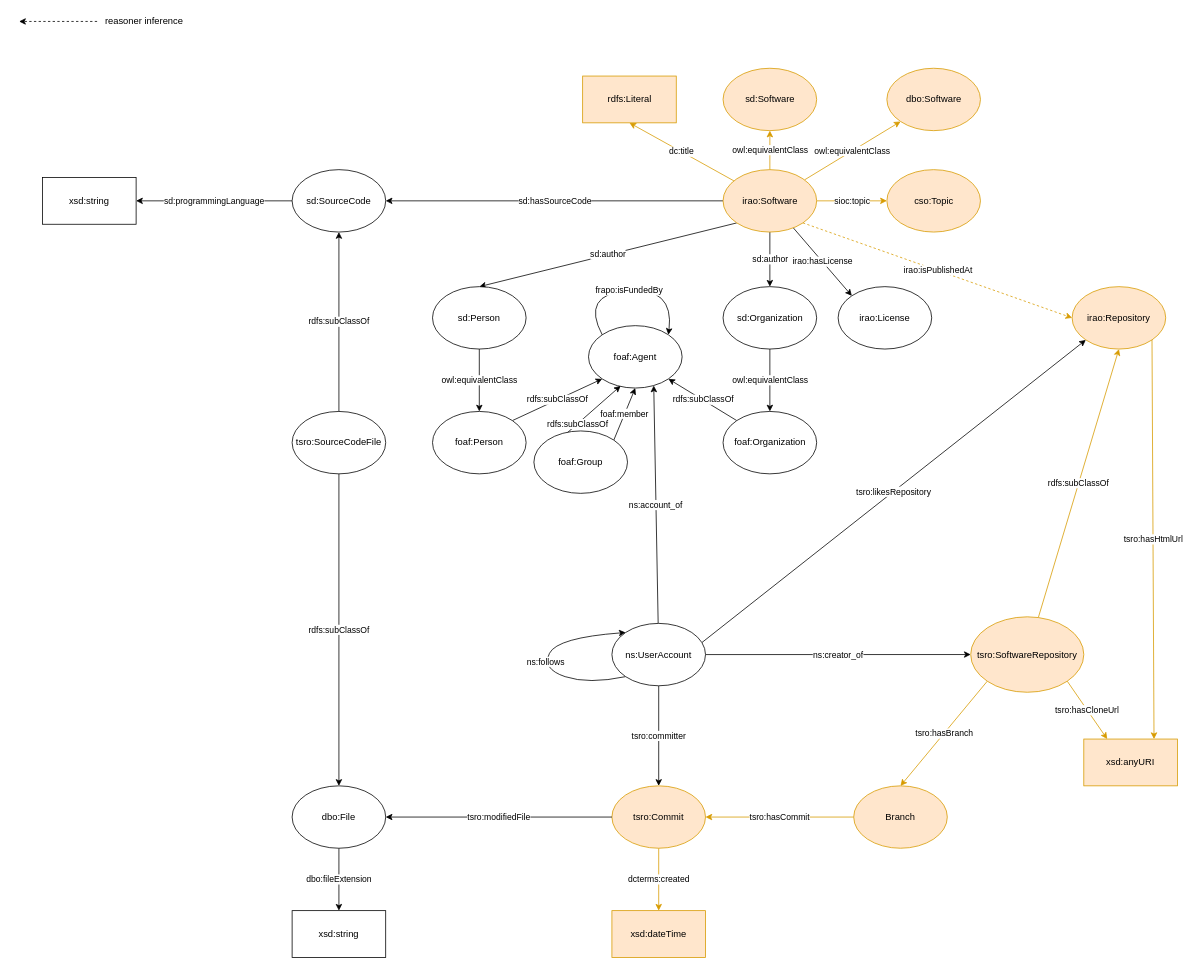
This is ontologies/The Software Repository Ontology.drawio from sabato-nocera/tsro, a draw.io file, before an edit. Source tidied: cells renumbered, new cells numbered last; positions are measured from the earlier drawing's top-left corner, leaving out a move shared by most shapes. Both pictures are drawn from the tidied source at 78%, with x=0, y=0 at pixel (19, 13).
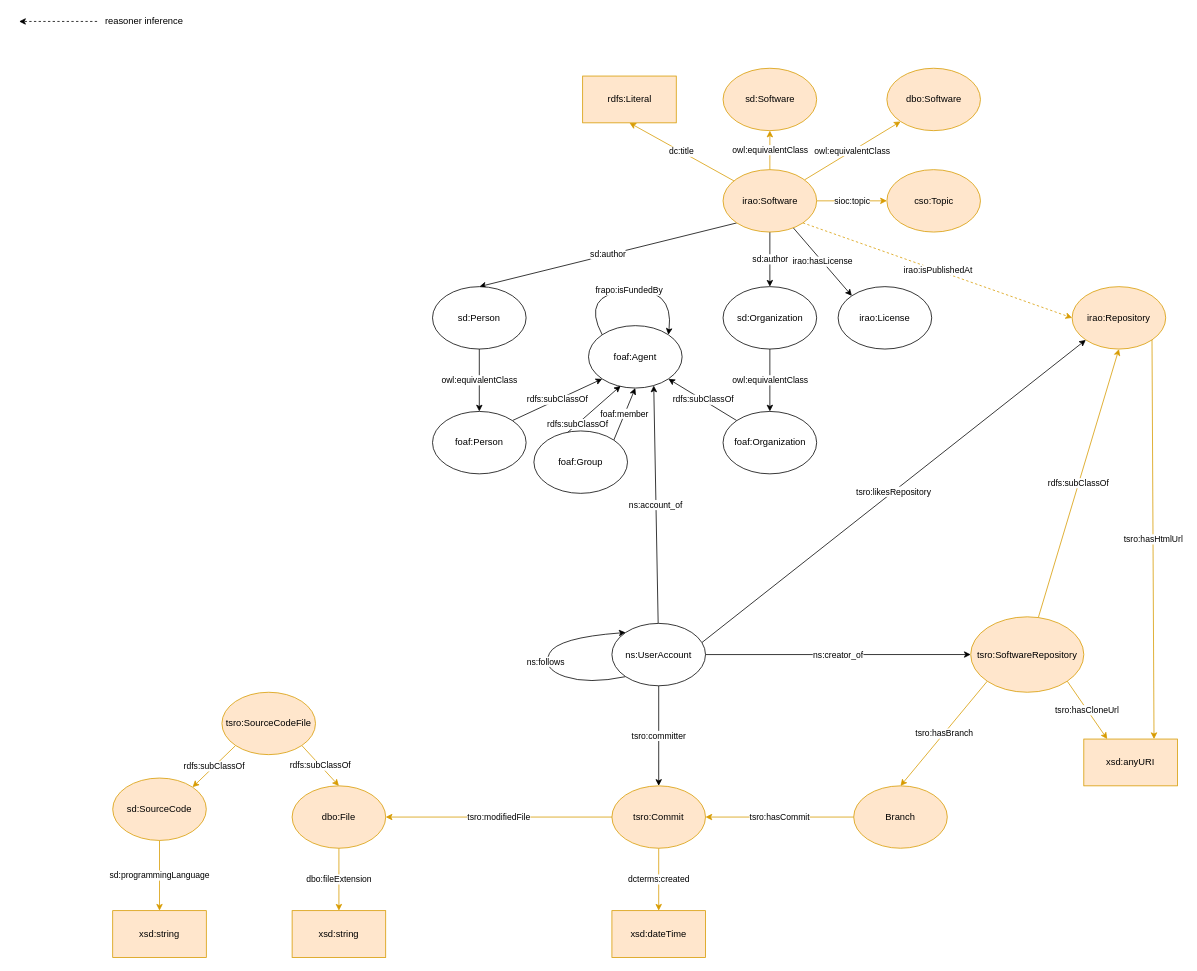
The same page after the edit.

Commit message (it also covers changes not shown here):
Modifica e popolazione dell'ontologia con file, codice sorgente, branch, commit, etc.

The change refers to these unchanged cells:
```xml
<mxCell id="6" value="tsro:Commit" style="ellipse;whiteSpace=wrap;html=1;fillColor=#ffe6cc;strokeColor=#d79b00;" parent="1" vertex="1">
  <mxGeometry x="760" y="990" width="120" height="80" as="geometry" />
</mxCell>
<mxCell id="30" value="irao:Software" style="ellipse;whiteSpace=wrap;html=1;fillColor=#ffe6cc;strokeColor=#d79b00;" parent="1" vertex="1">
  <mxGeometry x="902.5" y="200" width="120" height="80" as="geometry" />
</mxCell>
```

Change to the diagram source:
```diff
@@
-    <mxCell id="3" value="dbo:fileExtension" style="edgeStyle=none;rounded=0;jettySize=auto;html=1;entryX=0.5;entryY=0;entryDx=0;entryDy=0;exitX=0.5;exitY=1;exitDx=0;exitDy=0;" parent="1" edge="1" source="4" target="33">
+    <mxCell id="3" value="dbo:fileExtension" style="edgeStyle=none;rounded=0;jettySize=auto;html=1;entryX=0.5;entryY=0;entryDx=0;entryDy=0;exitX=0.5;exitY=1;exitDx=0;exitDy=0;fillColor=#ffe6cc;strokeColor=#d79b00;" parent="1" edge="1" source="4" target="33">
       <mxGeometry relative="1" as="geometry" />
     </mxCell>
-    <mxCell id="4" value="dbo:File" style="ellipse;whiteSpace=wrap;html=1;" parent="1" vertex="1">
+    <mxCell id="4" value="dbo:File" style="ellipse;whiteSpace=wrap;html=1;fillColor=#ffe6cc;strokeColor=#d79b00;" parent="1" vertex="1">
       <mxGeometry x="350" y="990" width="120" height="80" as="geometry" />
     </mxCell>
@@
-    <mxCell id="10" value="tsro:modifiedFile" style="edgeStyle=none;rounded=0;jettySize=auto;html=1;entryX=1;entryY=0.5;entryDx=0;entryDy=0;exitX=0;exitY=0.5;exitDx=0;exitDy=0;" parent="1" edge="1" source="6" target="4">
+    <mxCell id="10" value="tsro:modifiedFile" style="edgeStyle=none;rounded=0;jettySize=auto;html=1;entryX=1;entryY=0.5;entryDx=0;entryDy=0;exitX=0;exitY=0.5;exitDx=0;exitDy=0;fillColor=#ffe6cc;strokeColor=#d79b00;" parent="1" edge="1" source="6" target="4">
       <mxGeometry relative="1" as="geometry" />
     </mxCell>
@@
-    <mxCell id="27" value="sd:hasSourceCode" style="edgeStyle=none;rounded=0;jettySize=auto;html=1;exitX=0;exitY=0.5;exitDx=0;exitDy=0;entryX=1;entryY=0.5;entryDx=0;entryDy=0;" parent="1" edge="1" source="30" target="42">
-      <mxGeometry relative="1" as="geometry" />
-    </mxCell>
@@
-    <mxCell id="33" value="xsd:string" style="whiteSpace=wrap;html=1;" parent="1" vertex="1">
+    <mxCell id="33" value="xsd:string" style="whiteSpace=wrap;html=1;fillColor=#ffe6cc;strokeColor=#d79b00;" parent="1" vertex="1">
       <mxGeometry x="350" y="1150" width="120" height="60" as="geometry" />
     </mxCell>
@@
-    <mxCell id="41" value="sd:programmingLanguage" style="edgeStyle=none;rounded=0;jettySize=auto;html=1;entryX=1;entryY=0.5;entryDx=0;entryDy=0;" parent="1" edge="1" source="42" target="48">
+    <mxCell id="41" value="sd:programmingLanguage" style="edgeStyle=none;rounded=0;jettySize=auto;html=1;entryX=0.5;entryY=0;entryDx=0;entryDy=0;fillColor=#ffe6cc;strokeColor=#d79b00;" parent="1" edge="1" source="42" target="48">
       <mxGeometry relative="1" as="geometry" />
     </mxCell>
-    <mxCell id="42" value="sd:SourceCode" style="ellipse;whiteSpace=wrap;html=1;" parent="1" vertex="1">
-      <mxGeometry x="350" y="200" width="120" height="80" as="geometry" />
+    <mxCell id="42" value="sd:SourceCode" style="ellipse;whiteSpace=wrap;html=1;fillColor=#ffe6cc;strokeColor=#d79b00;" parent="1" vertex="1">
+      <mxGeometry x="120" y="980" width="120" height="80" as="geometry" />
     </mxCell>
-    <mxCell id="43" value="rdfs:subClassOf" style="edgeStyle=none;rounded=0;jettySize=auto;html=1;entryX=0.5;entryY=1;entryDx=0;entryDy=0;" parent="1" edge="1" source="45" target="42">
+    <mxCell id="43" value="rdfs:subClassOf" style="edgeStyle=none;rounded=0;jettySize=auto;html=1;entryX=1;entryY=0;entryDx=0;entryDy=0;fillColor=#ffe6cc;strokeColor=#d79b00;exitX=0;exitY=1;exitDx=0;exitDy=0;" parent="1" edge="1" source="45" target="42">
       <mxGeometry relative="1" as="geometry" />
     </mxCell>
-    <mxCell id="44" value="rdfs:subClassOf" style="edgeStyle=none;rounded=0;jettySize=auto;html=1;entryX=0.5;entryY=0;entryDx=0;entryDy=0;" parent="1" edge="1" source="45" target="4">
+    <mxCell id="44" value="rdfs:subClassOf" style="edgeStyle=none;rounded=0;jettySize=auto;html=1;entryX=0.5;entryY=0;entryDx=0;entryDy=0;fillColor=#ffe6cc;strokeColor=#d79b00;exitX=1;exitY=1;exitDx=0;exitDy=0;" parent="1" edge="1" source="45" target="4">
       <mxGeometry relative="1" as="geometry" />
     </mxCell>
-    <mxCell id="45" value="tsro:SourceCodeFile" style="ellipse;whiteSpace=wrap;html=1;" parent="1" vertex="1">
-      <mxGeometry x="350" y="510" width="120" height="80" as="geometry" />
+    <mxCell id="45" value="tsro:SourceCodeFile" style="ellipse;whiteSpace=wrap;html=1;fillColor=#ffe6cc;strokeColor=#d79b00;" parent="1" vertex="1">
+      <mxGeometry x="260" y="870" width="120" height="80" as="geometry" />
     </mxCell>
@@
-    <mxCell id="48" value="xsd:string" style="whiteSpace=wrap;html=1;" parent="1" vertex="1">
-      <mxGeometry x="30" y="210" width="120" height="60" as="geometry" />
+    <mxCell id="48" value="xsd:string" style="whiteSpace=wrap;html=1;fillColor=#ffe6cc;strokeColor=#d79b00;" parent="1" vertex="1">
+      <mxGeometry x="120" y="1150" width="120" height="60" as="geometry" />
     </mxCell>
```
